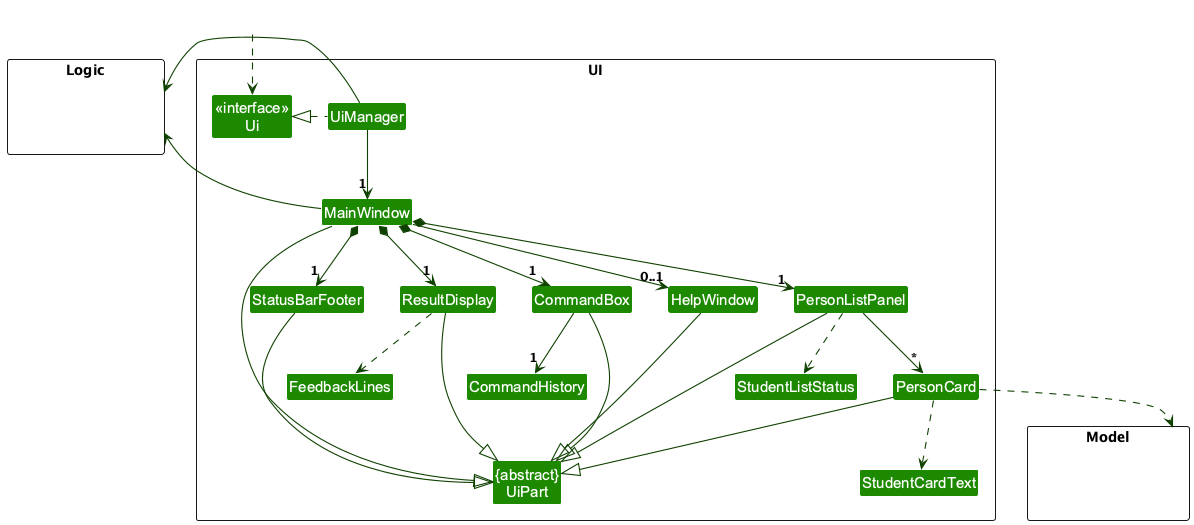
Before: docs/images/UiClassDiagram.png, a diagram exported from PlantUML (AY2627S1-CS2103T-F13-4/tp).
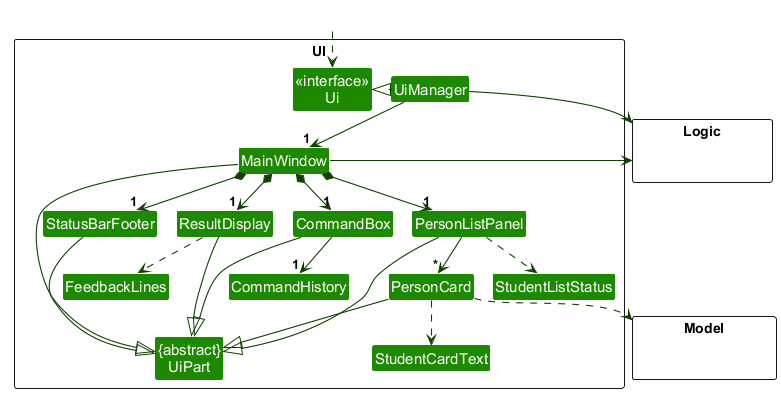
Later version of the same file.

The edit, as a diff of the source:
```diff
@@ -1,4 +1,5 @@
 @startuml
+!pragma layout smetana
 !include style.puml
 skinparam arrowThickness 1.1
 skinparam arrowColor UI_COLOR_T4
@@ -9,7 +10,6 @@
 Class "{abstract}\nUiPart" as UiPart
 Class UiManager
 Class MainWindow
-Class HelpWindow
 Class ResultDisplay
 Class PersonListPanel
 Class PersonCard
@@ -38,7 +38,6 @@
 MainWindow *-down-> "1" ResultDisplay
 MainWindow *-down-> "1" PersonListPanel
 MainWindow *-down-> "1" StatusBarFooter
-MainWindow --> "0..1" HelpWindow
 
 PersonListPanel -down-> "*" PersonCard
 CommandBox -down-> "1" CommandHistory
@@ -53,14 +52,12 @@
 PersonListPanel --|> UiPart
 PersonCard --|> UiPart
 StatusBarFooter --|> UiPart
-HelpWindow --|> UiPart
 
 PersonCard ..> Model
 UiManager -right-> Logic
 MainWindow -left-> Logic
 
-PersonListPanel -[hidden]left- HelpWindow
-HelpWindow -[hidden]left- CommandBox
+PersonListPanel -[hidden]left- CommandBox
 CommandBox -[hidden]left- ResultDisplay
 ResultDisplay -[hidden]left- StatusBarFooter
 
```
